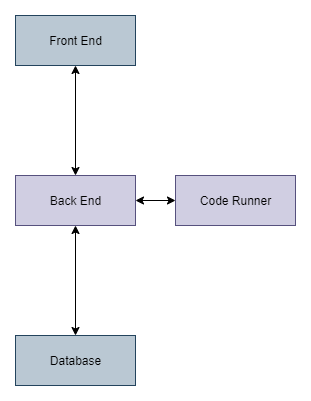
This is docs/img/CS360_Architecture_Opaque.png from AlgoLearnWCSU/AlgoLearn, a draw.io export, as it was before one commit. Source tidied: cells renumbered, new cells last; positions are measured from the earlier drawing's top-left corner, leaving out a move shared by most shapes. Source of this version:
```xml
<mxGraphModel>
  <root>
    <mxCell id="0" />
    <mxCell id="1" parent="0" />
    <mxCell id="2" style="edgeStyle=orthogonalEdgeStyle;rounded=0;jettySize=auto;html=1;entryX=0.5;entryY=0;entryDx=0;entryDy=0;startArrow=classic;startFill=1;" parent="1" edge="1" source="3" target="8">
      <mxGeometry relative="1" as="geometry" />
    </mxCell>
    <mxCell id="3" value="Front End" style="html=1;fillColor=#bac8d3;strokeColor=#23445d;" parent="1" vertex="1">
      <mxGeometry width="120" height="50" as="geometry" />
    </mxCell>
    <mxCell id="4" style="edgeStyle=orthogonalEdgeStyle;rounded=0;jettySize=auto;html=1;entryX=1;entryY=0.5;entryDx=0;entryDy=0;startArrow=classic;startFill=1;" parent="1" edge="1" source="5" target="8">
      <mxGeometry relative="1" as="geometry" />
    </mxCell>
    <mxCell id="5" value="Code Runner" style="html=1;fillColor=#d0cee2;strokeColor=#56517e;" parent="1" vertex="1">
      <mxGeometry x="160" y="160" width="120" height="50" as="geometry" />
    </mxCell>
    <mxCell id="6" value="Database" style="html=1;fillColor=#bac8d3;strokeColor=#23445d;" parent="1" vertex="1">
      <mxGeometry y="320" width="120" height="50" as="geometry" />
    </mxCell>
    <mxCell id="7" style="edgeStyle=orthogonalEdgeStyle;rounded=0;jettySize=auto;html=1;startArrow=classic;startFill=1;" parent="1" edge="1" source="8" target="6">
      <mxGeometry relative="1" as="geometry" />
    </mxCell>
    <mxCell id="8" value="Back End" style="html=1;fillColor=#d0cee2;strokeColor=#56517e;" parent="1" vertex="1">
      <mxGeometry y="160" width="120" height="50" as="geometry" />
    </mxCell>
  </root>
</mxGraphModel>
```
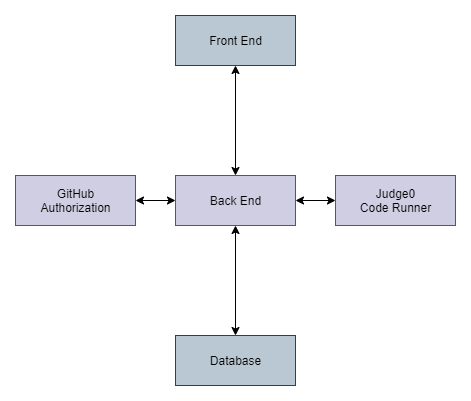
Above is the later version.

Diff of the diagram source:
```diff
@@ -11,7 +11,7 @@
     <mxCell id="4" style="edgeStyle=orthogonalEdgeStyle;rounded=0;jettySize=auto;html=1;entryX=1;entryY=0.5;entryDx=0;entryDy=0;startArrow=classic;startFill=1;" parent="1" edge="1" source="5" target="8">
       <mxGeometry relative="1" as="geometry" />
     </mxCell>
-    <mxCell id="5" value="Code Runner" style="html=1;fillColor=#d0cee2;strokeColor=#56517e;" parent="1" vertex="1">
+    <mxCell id="5" value="Judge0&lt;br&gt;Code Runner" style="html=1;fillColor=#d0cee2;strokeColor=#56517e;" parent="1" vertex="1">
       <mxGeometry x="160" y="160" width="120" height="50" as="geometry" />
     </mxCell>
     <mxCell id="6" value="Database" style="html=1;fillColor=#bac8d3;strokeColor=#23445d;" parent="1" vertex="1">
@@ -23,5 +23,11 @@
     <mxCell id="8" value="Back End" style="html=1;fillColor=#d0cee2;strokeColor=#56517e;" parent="1" vertex="1">
       <mxGeometry y="160" width="120" height="50" as="geometry" />
     </mxCell>
+    <mxCell id="9" value="GitHub&lt;br&gt;Authorization" style="html=1;fillColor=#d0cee2;strokeColor=#56517e;" parent="1" vertex="1">
+      <mxGeometry x="-160" y="160" width="120" height="50" as="geometry" />
+    </mxCell>
+    <mxCell id="10" style="endArrow=classic;startArrow=classic;html=1;exitX=1;exitY=0.5;exitDx=0;exitDy=0;entryX=0;entryY=0.5;entryDx=0;entryDy=0;" parent="1" edge="1" source="9" target="8">
+      <mxGeometry relative="1" as="geometry" />
+    </mxCell>
   </root>
 </mxGraphModel>
```
